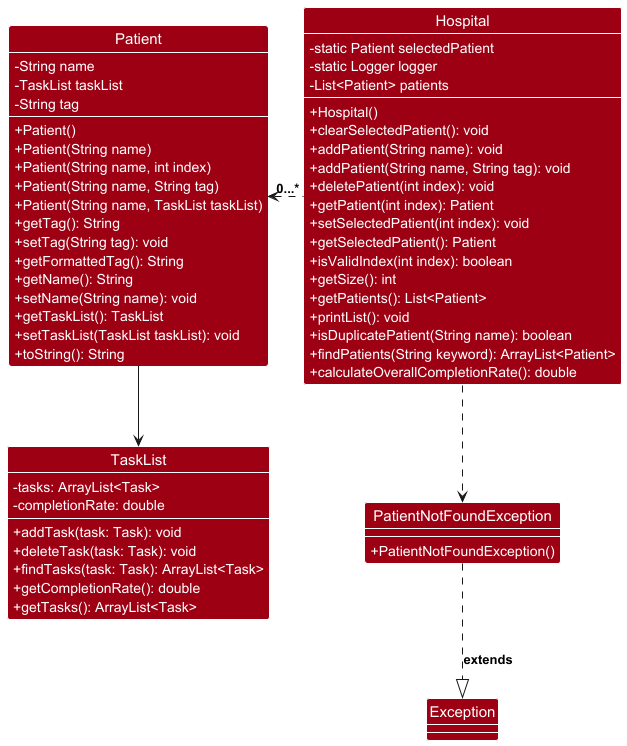
This is docs/images/HospitalClassDiagram.png from nus-cs2113-AY2425S1/tp, a PlantUML export, as it was before one commit.
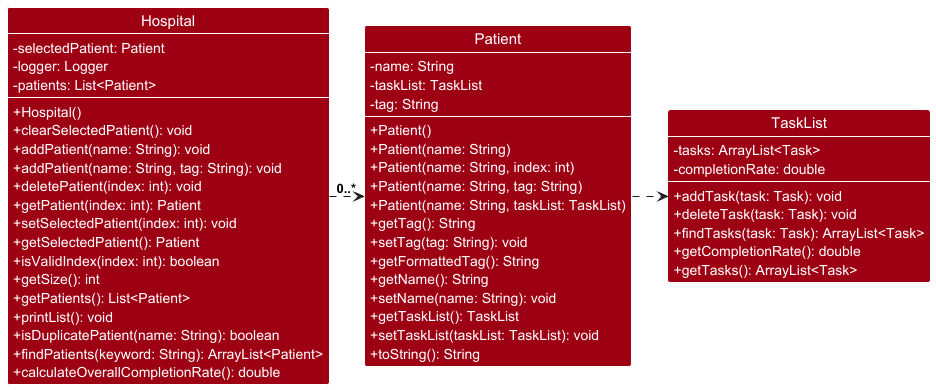
After the change.

Commit message:
Refactor class diagrams for improved readability

Change to the diagram source:
```diff
@@ -2,55 +2,53 @@
 
 !include style.puml
 
-class Hospital  DATA_COLOR{
-    - static Patient selectedPatient
-    - static Logger logger
-    - List<Patient> patients
+class Hospital DATA_COLOR {
+    - selectedPatient: Patient
+    - logger: Logger
+    - patients: List<Patient>
 
     + Hospital()
     + clearSelectedPatient(): void
-    + addPatient(String name): void
-    + addPatient(String name, String tag): void
-    + deletePatient(int index): void
-    + getPatient(int index): Patient
-    + setSelectedPatient(int index): void
+    + addPatient(name: String): void
+    + addPatient(name: String, tag: String): void
+    + deletePatient(index: int): void
+    + getPatient(index: int): Patient
+    + setSelectedPatient(index: int): void
     + getSelectedPatient(): Patient
-    + isValidIndex(int index): boolean
+    + isValidIndex(index: int): boolean
     + getSize(): int
     + getPatients(): List<Patient>
     + printList(): void
-    + isDuplicatePatient(String name): boolean
-    + findPatients(String keyword): ArrayList<Patient>
+    + isDuplicatePatient(name: String): boolean
+    + findPatients(keyword: String): ArrayList<Patient>
     + calculateOverallCompletionRate(): double
 }
 
-class Patient DATA_COLOR{
-    - String name
-    - TaskList taskList
-    - String tag
+class Patient DATA_COLOR {
+    - name: String
+    - taskList: TaskList
+    - tag: String
 
     + Patient()
-    + Patient(String name)
-    + Patient(String name, int index)
-    + Patient(String name, String tag)
-    + Patient(String name, TaskList taskList)
+    + Patient(name: String)
+    + Patient(name: String, index: int)
+    + Patient(name: String, tag: String)
+    + Patient(name: String, taskList: TaskList)
     + getTag(): String
-    + setTag(String tag): void
+    + setTag(tag: String): void
     + getFormattedTag(): String
     + getName(): String
-    + setName(String name): void
+    + setName(name: String): void
     + getTaskList(): TaskList
-    + setTaskList(TaskList taskList): void
+    + setTaskList(taskList: TaskList): void
     + toString(): String
 }
 
-class PatientNotFoundException DATA_COLOR{
-    + PatientNotFoundException()
-}
 
-class TaskList  DATA_COLOR{
+class TaskList DATA_COLOR {
     - tasks: ArrayList<Task>
     - completionRate: double
+
     + addTask(task: Task): void
     + deleteTask(task: Task): void
     + findTasks(task: Task): ArrayList<Task>
@@ -58,12 +56,8 @@
     + getTasks(): ArrayList<Task>
 }
 
-class Exception DATA_COLOR{
-}
 
-PatientNotFoundException .down.|> Exception : extends
-Hospital .left.> "0...*" Patient
-Hospital .down.> PatientNotFoundException
-Patient -->  TaskList
+Hospital .> "0..*" Patient
+Patient .> TaskList
 
 @enduml
```
